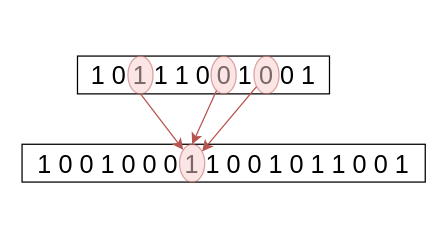
Above: images/expanderwalk.drawio in NobutakaShimizu/icalp25_slide (draw.io), before the change. Source tidied: cells renumbered, new cells numbered last; positions are measured from the earlier drawing's top-left corner, leaving out a move shared by most shapes. Both pictures are drawn from the tidied source at 126%, with x=0, y=0 at pixel (21, 55).
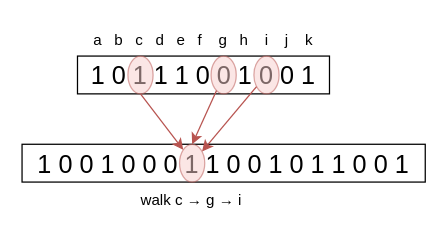
After the change.

The edit, as a diff of the source:
```diff
@@
 <mxGraphModel>
   <root>
     <mxCell id="0" />
     <mxCell id="1" parent="0" />
     <mxCell id="2" value="&lt;font style=&quot;font-size: 20px;&quot;&gt;1 0 1 1 1 0 0 1 0 0 1&lt;/font&gt;" style="whiteSpace=wrap;html=1;" parent="1" vertex="1">
       <mxGeometry x="44" width="200" height="30" as="geometry" />
     </mxCell>
     <mxCell id="3" value="&lt;span style=&quot;font-size: 20px;&quot;&gt;1 0 0 1 0 0 0 1 1 0 0 1 0 1 1 0 0 1&lt;/span&gt;" style="whiteSpace=wrap;html=1;" parent="1" vertex="1">
       <mxGeometry y="70" width="320" height="30" as="geometry" />
     </mxCell>
     <mxCell id="4" style="ellipse;whiteSpace=wrap;html=1;fillColor=#f8cecc;strokeColor=#b85450;opacity=50;" parent="1" vertex="1">
       <mxGeometry x="125" y="70" width="20" height="30" as="geometry" />
     </mxCell>
     <mxCell id="5" style="edgeStyle=none;html=1;exitX=0.5;exitY=1;exitDx=0;exitDy=0;entryX=0;entryY=0;entryDx=0;entryDy=0;fillColor=#f8cecc;strokeColor=#b85450;" parent="1" edge="1" source="6" target="4">
       <mxGeometry relative="1" as="geometry" />
     </mxCell>
     <mxCell id="6" style="ellipse;whiteSpace=wrap;html=1;fillColor=#f8cecc;strokeColor=#b85450;opacity=50;" parent="1" vertex="1">
       <mxGeometry x="84" width="20" height="30" as="geometry" />
     </mxCell>
     <mxCell id="7" style="edgeStyle=none;html=1;entryX=0.5;entryY=0;entryDx=0;entryDy=0;fillColor=#f8cecc;strokeColor=#b85450;" parent="1" edge="1" source="8" target="4">
       <mxGeometry relative="1" as="geometry" />
     </mxCell>
     <mxCell id="8" style="ellipse;whiteSpace=wrap;html=1;fillColor=#f8cecc;strokeColor=#b85450;opacity=50;" parent="1" vertex="1">
       <mxGeometry x="150" width="20" height="30" as="geometry" />
     </mxCell>
     <mxCell id="9" style="edgeStyle=none;html=1;fillColor=#f8cecc;strokeColor=#b85450;" parent="1" edge="1" source="10" target="4">
       <mxGeometry relative="1" as="geometry" />
     </mxCell>
     <mxCell id="10" style="ellipse;whiteSpace=wrap;html=1;fillColor=#f8cecc;strokeColor=#b85450;opacity=50;" parent="1" vertex="1">
       <mxGeometry x="184" width="20" height="30" as="geometry" />
     </mxCell>
+    <mxCell id="11" value="a&amp;nbsp; &amp;nbsp;b&amp;nbsp; &amp;nbsp;c&amp;nbsp; &amp;nbsp;d&amp;nbsp; &amp;nbsp;e&amp;nbsp; &amp;nbsp;f&amp;nbsp; &amp;nbsp; g&amp;nbsp; &amp;nbsp;h&amp;nbsp; &amp;nbsp; i&amp;nbsp; &amp;nbsp; j&amp;nbsp; &amp;nbsp; k" style="text;html=1;align=left;verticalAlign=middle;strokeColor=none;fillColor=none;" parent="1" vertex="1">
+      <mxGeometry x="55" y="-27" width="200" height="30" as="geometry" />
+    </mxCell>
+    <mxCell id="12" value="walk c → g → i" style="text;html=1;align=center;verticalAlign=middle;strokeColor=none;fillColor=none;" parent="1" vertex="1">
+      <mxGeometry x="84" y="100" width="100" height="30" as="geometry" />
+    </mxCell>
   </root>
 </mxGraphModel>
```
